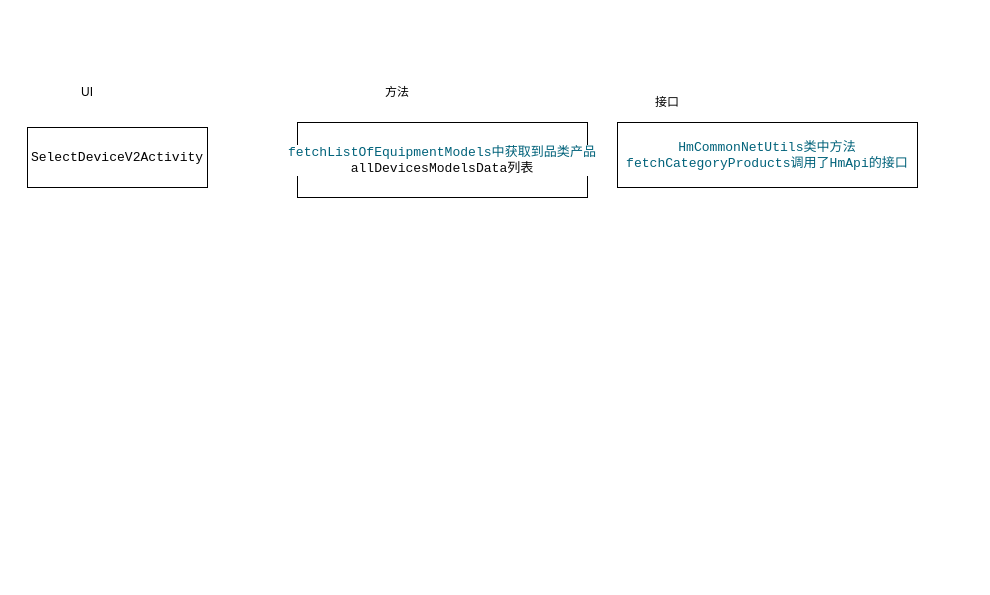
hhhhh15/drawio keeps this draw.io diagram as company_dialog.drawio. Above is the earlier version. Source tidied: cells renumbered, new cells numbered last; positions are measured from the earlier drawing's top-left corner, leaving out a move shared by most shapes. Both pictures are drawn from the tidied source at 100%, with x=0, y=0 at pixel (27, 77).
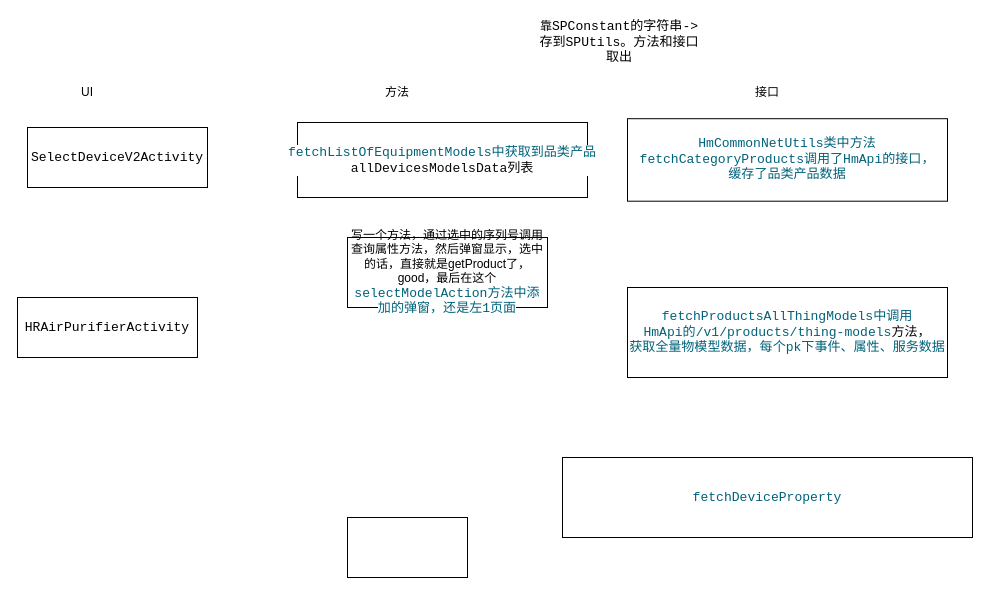
The same diagram, later.

Diff of the diagram source:
```diff
@@
 <mxGraphModel>
   <root>
     <mxCell id="0" />
     <mxCell id="1" parent="0" />
     <mxCell id="2" value="&lt;div style=&quot;background-color:#ffffff;color:#080808&quot;&gt;&lt;pre style=&quot;font-family:'JetBrains Mono',monospace;font-size:9.8pt;&quot;&gt;&lt;span style=&quot;color:#000000;&quot;&gt;SelectDeviceV2Activity&lt;/span&gt;&lt;/pre&gt;&lt;/div&gt;" style="whiteSpace=wrap;html=1;" parent="1" vertex="1">
       <mxGeometry y="50" width="180" height="60" as="geometry" />
     </mxCell>
     <mxCell id="3" value="UI" style="text;html=1;whiteSpace=wrap;strokeColor=none;fillColor=none;align=center;verticalAlign=middle;rounded=0;" parent="1" vertex="1">
       <mxGeometry x="30" width="60" height="30" as="geometry" />
     </mxCell>
     <mxCell id="4" value="接口" style="text;html=1;whiteSpace=wrap;strokeColor=none;fillColor=none;align=center;verticalAlign=middle;rounded=0;" parent="1" vertex="1">
-      <mxGeometry x="610" y="10" width="60" height="30" as="geometry" />
+      <mxGeometry x="710" width="60" height="30" as="geometry" />
     </mxCell>
-    <mxCell id="5" value="&lt;div style=&quot;background-color: rgb(255, 255, 255); color: rgb(8, 8, 8);&quot;&gt;&lt;pre style=&quot;font-family:'JetBrains Mono',monospace;font-size:9.8pt;&quot;&gt;&lt;span style=&quot;color: rgb(0, 98, 122);&quot;&gt;HmCommonNetUtils类中方法&lt;br&gt;fetchCategoryProducts调用了HmApi的接口&lt;/span&gt;&lt;/pre&gt;&lt;/div&gt;" style="whiteSpace=wrap;html=1;" parent="1" vertex="1">
-      <mxGeometry x="590" y="45" width="300" height="65" as="geometry" />
+    <mxCell id="5" value="&lt;div style=&quot;background-color: rgb(255, 255, 255); color: rgb(8, 8, 8);&quot;&gt;&lt;pre style=&quot;font-family:'JetBrains Mono',monospace;font-size:9.8pt;&quot;&gt;&lt;span style=&quot;color: rgb(0, 98, 122);&quot;&gt;HmCommonNetUtils类中方法&lt;br&gt;fetchCategoryProducts调用了HmApi的接口，&lt;br&gt;缓存了品类产品数据&lt;/span&gt;&lt;/pre&gt;&lt;/div&gt;" style="whiteSpace=wrap;html=1;" parent="1" vertex="1">
+      <mxGeometry x="600" y="41.2" width="320" height="82.5" as="geometry" />
     </mxCell>
     <mxCell id="6" value="&lt;div style=&quot;background-color: rgb(255, 255, 255); color: rgb(8, 8, 8);&quot;&gt;&lt;pre style=&quot;font-family:'JetBrains Mono',monospace;font-size:9.8pt;&quot;&gt;&lt;span style=&quot;color: rgb(0, 98, 122);&quot;&gt;fetchListOfEquipmentModels中获取到品类产品&lt;br&gt;&lt;/span&gt;allDevicesModelsData列表&lt;/pre&gt;&lt;/div&gt;" style="whiteSpace=wrap;html=1;" parent="1" vertex="1">
       <mxGeometry x="270" y="45" width="290" height="75" as="geometry" />
     </mxCell>
     <mxCell id="7" value="方法" style="text;html=1;whiteSpace=wrap;strokeColor=none;fillColor=none;align=center;verticalAlign=middle;rounded=0;" parent="1" vertex="1">
       <mxGeometry x="340" width="60" height="30" as="geometry" />
     </mxCell>
+    <mxCell id="8" value="&lt;div style=&quot;background-color:#ffffff;color:#080808&quot;&gt;&lt;pre style=&quot;font-family:'JetBrains Mono',monospace;font-size:9.8pt;&quot;&gt;&lt;span style=&quot;color:#000000;&quot;&gt;HRAirPurifierActivity&lt;/span&gt;&lt;/pre&gt;&lt;/div&gt;" style="whiteSpace=wrap;html=1;" parent="1" vertex="1">
+      <mxGeometry x="-10" y="220" width="180" height="60" as="geometry" />
+    </mxCell>
+    <mxCell id="9" value="&lt;div style=&quot;background-color: rgb(255, 255, 255);&quot;&gt;&lt;pre style=&quot;&quot;&gt;&lt;font color=&quot;#00627a&quot; face=&quot;JetBrains Mono, monospace&quot;&gt;&lt;span style=&quot;font-size: 13.0667px;&quot;&gt;fetchProductsAllThingMode&lt;/span&gt;&lt;/font&gt;&lt;span style=&quot;color: rgb(0, 98, 122); font-family: &amp;quot;JetBrains Mono&amp;quot;, monospace; font-size: 9.8pt;&quot;&gt;ls中调用&lt;br&gt;HmApi的/v1/products/thing-models&lt;/span&gt;&lt;font color=&quot;#080808&quot; face=&quot;JetBrains Mono, monospace&quot;&gt;&lt;span style=&quot;font-size: 9.8pt;&quot;&gt;方法，&lt;/span&gt;&lt;/font&gt;&lt;span style=&quot;color: rgb(0, 98, 122); font-family: &amp;quot;JetBrains Mono&amp;quot;, monospace; font-size: 9.8pt;&quot;&gt;&lt;br&gt;获取全量物模型数据，每个pk下事件、属性、服务数据&lt;/span&gt;&lt;/pre&gt;&lt;/div&gt;" style="whiteSpace=wrap;html=1;" parent="1" vertex="1">
+      <mxGeometry x="600" y="210" width="320" height="90" as="geometry" />
+    </mxCell>
+    <mxCell id="10" value="靠&lt;span style=&quot;font-family: &amp;quot;JetBrains Mono&amp;quot;, monospace; font-size: 9.8pt; background-color: rgb(255, 255, 255);&quot;&gt;SPConstant的字符串-&amp;gt;存到&lt;span style=&quot;font-size: 9.8pt; background-color: light-dark(rgb(255, 255, 255), rgb(18, 18, 18));&quot;&gt;SPUtils&lt;/span&gt;&lt;span style=&quot;background-color: light-dark(rgb(255, 255, 255), rgb(18, 18, 18)); font-size: 9.8pt; color: light-dark(rgb(0, 0, 0), rgb(255, 255, 255));&quot;&gt;。方法和接口取出&lt;/span&gt;&lt;br&gt;&lt;/span&gt;" style="text;html=1;whiteSpace=wrap;strokeColor=none;fillColor=none;align=center;verticalAlign=middle;rounded=0;" parent="1" vertex="1">
+      <mxGeometry x="507" y="-60" width="170" height="50" as="geometry" />
+    </mxCell>
+    <mxCell id="11" style="whiteSpace=wrap;html=1;" parent="1" vertex="1">
+      <mxGeometry x="320" y="440" width="120" height="60" as="geometry" />
+    </mxCell>
+    <mxCell id="12" value="写一个方法，通过选中的序列号调用查询属性方法，然后弹窗显示，选中的话，直接就是getProduct了，good，最后在这个&lt;span style=&quot;color: rgb(0, 98, 122); font-family: &amp;quot;JetBrains Mono&amp;quot;, monospace; font-size: 9.8pt; background-color: rgb(255, 255, 255);&quot;&gt;selectModelAction方法中添加的弹窗，还是左1页面&lt;/span&gt;" style="whiteSpace=wrap;html=1;" parent="1" vertex="1">
+      <mxGeometry x="320" y="160" width="200" height="70" as="geometry" />
+    </mxCell>
+    <mxCell id="13" value="&lt;div style=&quot;background-color:#ffffff;color:#080808&quot;&gt;&lt;pre style=&quot;font-family:'JetBrains Mono',monospace;font-size:9.8pt;&quot;&gt;&lt;span style=&quot;color:#00627a;&quot;&gt;fetchDeviceProperty&lt;/span&gt;&lt;/pre&gt;&lt;/div&gt;" style="whiteSpace=wrap;html=1;" parent="1" vertex="1">
+      <mxGeometry x="535" y="380" width="410" height="80" as="geometry" />
+    </mxCell>
   </root>
 </mxGraphModel>
```
